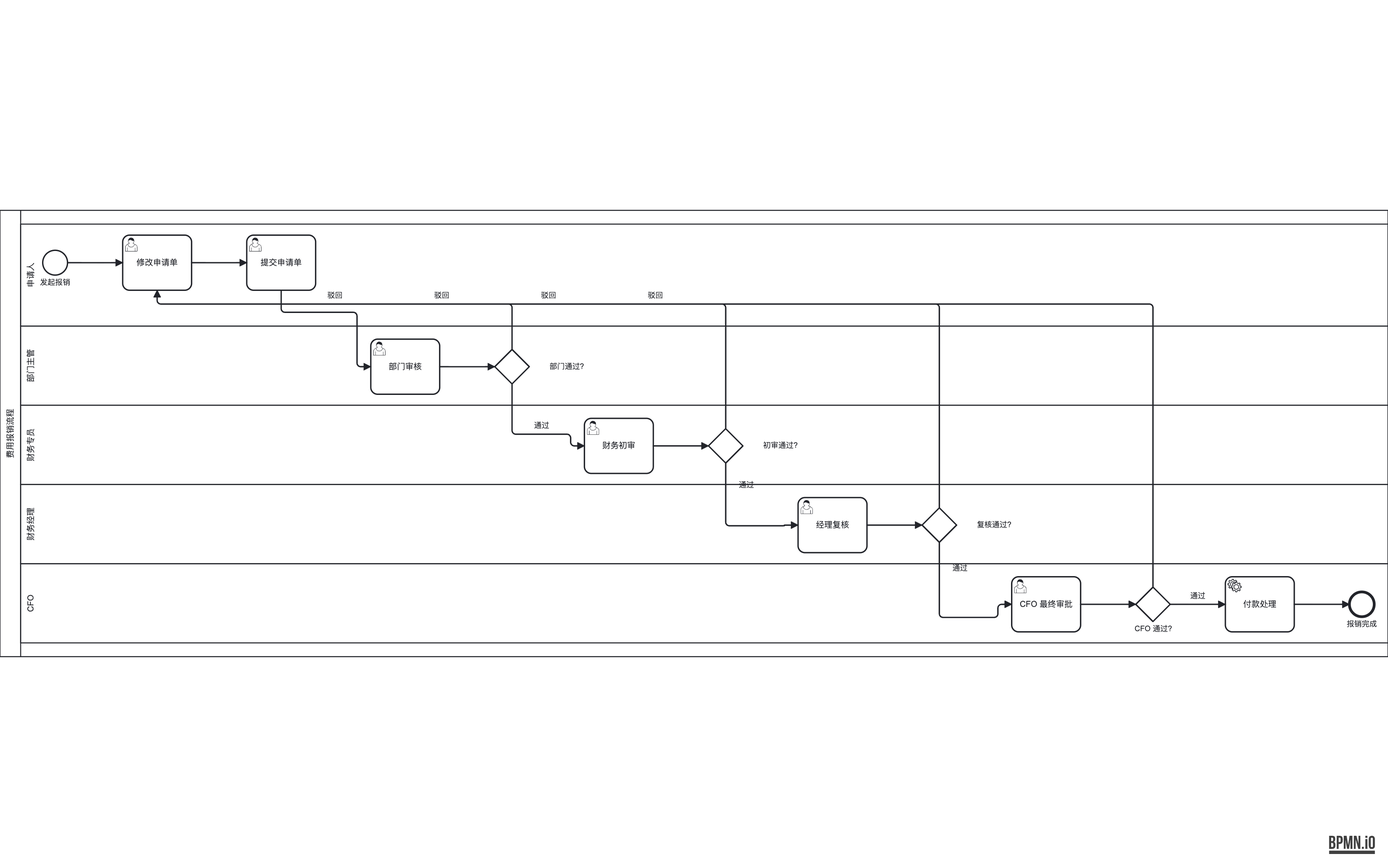
Before: out-bpmn-png/40-fanin-sink-near-lane.png, a diagram exported from BPMN (LcpMarvel/tramito-layout). Its source is kept beside it as out-xml/40-fanin-sink-near-lane.bpmn. Ids are renumbered.
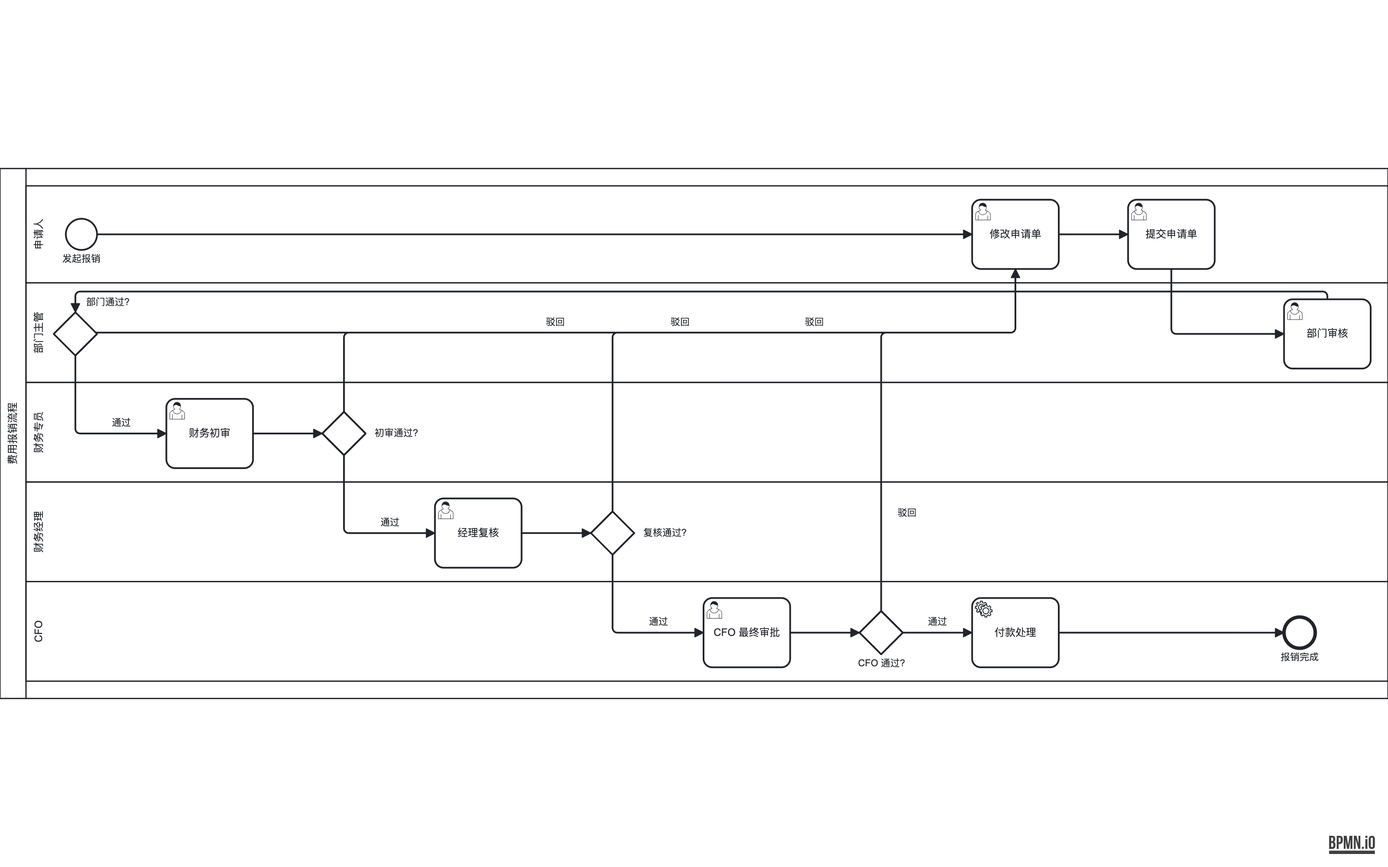
After the commit.

What changed in the source:
```diff
@@ -106,190 +106,183 @@
   <bpmndi:BPMNDiagram id="BPMNDiagram_definitions_fuzz_fan_in_common_sink_1" name="BPMNDiagram">
     <bpmndi:BPMNPlane id="BPMNPlane_definitions_fuzz_fan_in_common_sink_1" bpmnElement="collaboration_1">
       <bpmndi:BPMNShape id="collaboration_1_di" bpmnElement="collaboration_1">
-        <dc:Bounds x="0" y="0" width="2014" height="648" />
+        <dc:Bounds x="0" y="0" width="1602" height="612" />
       </bpmndi:BPMNShape>
       <bpmndi:BPMNShape id="pool_main_di" bpmnElement="pool_main" isHorizontal="true">
-        <dc:Bounds x="0" y="0" width="2014" height="648" />
+        <dc:Bounds x="0" y="0" width="1602" height="612" />
       </bpmndi:BPMNShape>
       <bpmndi:BPMNShape id="lane_applicant_di" bpmnElement="lane_applicant" isHorizontal="true">
-        <dc:Bounds x="30" y="20" width="1984" height="148" />
+        <dc:Bounds x="30" y="20" width="1572" height="112" />
       </bpmndi:BPMNShape>
       <bpmndi:BPMNShape id="start_1_di" bpmnElement="start_1">
-        <dc:Bounds x="62" y="58" width="36" height="36" />
+        <dc:Bounds x="76" y="58" width="36" height="36" />
         <bpmndi:BPMNLabel>
-          <dc:Bounds x="30" y="98" width="100" height="14" />
+          <dc:Bounds x="44" y="98" width="100" height="14" />
         </bpmndi:BPMNLabel>
       </bpmndi:BPMNShape>
       <bpmndi:BPMNShape id="task_revise_di" bpmnElement="task_revise">
-        <dc:Bounds x="178" y="36" width="100" height="80" />
+        <dc:Bounds x="1122" y="36" width="100" height="80" />
       </bpmndi:BPMNShape>
       <bpmndi:BPMNShape id="task_submit_di" bpmnElement="task_submit">
-        <dc:Bounds x="358" y="36" width="100" height="80" />
+        <dc:Bounds x="1302" y="36" width="100" height="80" />
       </bpmndi:BPMNShape>
       <bpmndi:BPMNShape id="lane_dept_di" bpmnElement="lane_dept" isHorizontal="true">
-        <dc:Bounds x="30" y="168" width="1984" height="115" />
+        <dc:Bounds x="30" y="132" width="1572" height="115" />
       </bpmndi:BPMNShape>
       <bpmndi:BPMNShape id="task_dept_review_di" bpmnElement="task_dept_review">
-        <dc:Bounds x="538" y="187" width="100" height="80" />
+        <dc:Bounds x="1482" y="151" width="100" height="80" />
       </bpmndi:BPMNShape>
       <bpmndi:BPMNShape id="gw_dept_di" bpmnElement="gw_dept">
-        <dc:Bounds x="718" y="202" width="50" height="50" />
+        <dc:Bounds x="62" y="166" width="50" height="50" />
         <bpmndi:BPMNLabel>
-          <dc:Bounds x="772" y="220" width="100" height="14" />
+          <dc:Bounds x="93" y="148" width="63" height="14" />
         </bpmndi:BPMNLabel>
       </bpmndi:BPMNShape>
       <bpmndi:BPMNShape id="lane_finance_di" bpmnElement="lane_finance" isHorizontal="true">
-        <dc:Bounds x="30" y="283" width="1984" height="115" />
+        <dc:Bounds x="30" y="247" width="1572" height="115" />
       </bpmndi:BPMNShape>
       <bpmndi:BPMNShape id="task_fin_check_di" bpmnElement="task_fin_check">
-        <dc:Bounds x="848" y="302" width="100" height="80" />
+        <dc:Bounds x="192" y="266" width="100" height="80" />
       </bpmndi:BPMNShape>
       <bpmndi:BPMNShape id="gw_fin_di" bpmnElement="gw_fin">
-        <dc:Bounds x="1028" y="317" width="50" height="50" />
+        <dc:Bounds x="372" y="281" width="50" height="50" />
         <bpmndi:BPMNLabel>
-          <dc:Bounds x="1082" y="335" width="100" height="14" />
+          <dc:Bounds x="426" y="299" width="63" height="14" />
         </bpmndi:BPMNLabel>
       </bpmndi:BPMNShape>
       <bpmndi:BPMNShape id="lane_manager_di" bpmnElement="lane_manager" isHorizontal="true">
-        <dc:Bounds x="30" y="398" width="1984" height="115" />
+        <dc:Bounds x="30" y="362" width="1572" height="115" />
       </bpmndi:BPMNShape>
       <bpmndi:BPMNShape id="task_mgr_review_di" bpmnElement="task_mgr_review">
-        <dc:Bounds x="1158" y="417" width="100" height="80" />
+        <dc:Bounds x="502" y="381" width="100" height="80" />
       </bpmndi:BPMNShape>
       <bpmndi:BPMNShape id="gw_mgr_di" bpmnElement="gw_mgr">
-        <dc:Bounds x="1338" y="432" width="50" height="50" />
+        <dc:Bounds x="682" y="396" width="50" height="50" />
         <bpmndi:BPMNLabel>
-          <dc:Bounds x="1392" y="450" width="100" height="14" />
+          <dc:Bounds x="736" y="414" width="63" height="14" />
         </bpmndi:BPMNLabel>
       </bpmndi:BPMNShape>
       <bpmndi:BPMNShape id="lane_cfo_di" bpmnElement="lane_cfo" isHorizontal="true">
-        <dc:Bounds x="30" y="513" width="1984" height="115" />
+        <dc:Bounds x="30" y="477" width="1572" height="115" />
       </bpmndi:BPMNShape>
       <bpmndi:BPMNShape id="task_cfo_approve_di" bpmnElement="task_cfo_approve">
-        <dc:Bounds x="1468" y="532" width="100" height="80" />
+        <dc:Bounds x="812" y="496" width="100" height="80" />
       </bpmndi:BPMNShape>
       <bpmndi:BPMNShape id="gw_cfo_di" bpmnElement="gw_cfo">
-        <dc:Bounds x="1648" y="547" width="50" height="50" />
+        <dc:Bounds x="992" y="511" width="50" height="50" />
         <bpmndi:BPMNLabel>
-          <dc:Bounds x="1623" y="601" width="100" height="14" />
+          <dc:Bounds x="985.5" y="565" width="63" height="14" />
         </bpmndi:BPMNLabel>
       </bpmndi:BPMNShape>
       <bpmndi:BPMNShape id="task_pay_di" bpmnElement="task_pay">
-        <dc:Bounds x="1778" y="532" width="100" height="80" />
+        <dc:Bounds x="1122" y="496" width="100" height="80" />
       </bpmndi:BPMNShape>
       <bpmndi:BPMNShape id="end_1_di" bpmnElement="end_1">
-        <dc:Bounds x="1958" y="554" width="36" height="36" />
+        <dc:Bounds x="1482" y="518" width="36" height="36" />
         <bpmndi:BPMNLabel>
-          <dc:Bounds x="1926" y="594" width="100" height="14" />
+          <dc:Bounds x="1450" y="558" width="100" height="14" />
         </bpmndi:BPMNLabel>
       </bpmndi:BPMNShape>
       <bpmndi:BPMNEdge id="f_start_revise_di" bpmnElement="f_start_revise">
-        <di:waypoint x="98" y="76" />
-        <di:waypoint x="178" y="76" />
+        <di:waypoint x="112" y="76" />
+        <di:waypoint x="1122" y="76" />
       </bpmndi:BPMNEdge>
       <bpmndi:BPMNEdge id="f_revise_submit_di" bpmnElement="f_revise_submit">
-        <di:waypoint x="278" y="76" />
-        <di:waypoint x="358" y="76" />
+        <di:waypoint x="1222" y="76" />
+        <di:waypoint x="1302" y="76" />
       </bpmndi:BPMNEdge>
       <bpmndi:BPMNEdge id="f_submit_dept_di" bpmnElement="f_submit_dept">
-        <di:waypoint x="408" y="116" />
-        <di:waypoint x="408" y="148" />
-        <di:waypoint x="518" y="148" />
-        <di:waypoint x="518" y="227" />
-        <di:waypoint x="538" y="227" />
+        <di:waypoint x="1352" y="116" />
+        <di:waypoint x="1352" y="191" />
+        <di:waypoint x="1482" y="191" />
       </bpmndi:BPMNEdge>
       <bpmndi:BPMNEdge id="f_dept_gw_di" bpmnElement="f_dept_gw">
-        <di:waypoint x="638" y="227" />
-        <di:waypoint x="718" y="227" />
+        <di:waypoint x="1532" y="151" />
+        <di:waypoint x="1532" y="142" />
+        <di:waypoint x="87" y="142" />
+        <di:waypoint x="87" y="166" />
       </bpmndi:BPMNEdge>
       <bpmndi:BPMNEdge id="f_dept_pass_di" bpmnElement="f_dept_pass">
-        <di:waypoint x="743" y="252" />
-        <di:waypoint x="743" y="325" />
-        <di:waypoint x="828" y="325" />
-        <di:waypoint x="828" y="342" />
-        <di:waypoint x="848" y="342" />
+        <di:waypoint x="87" y="216" />
+        <di:waypoint x="87" y="306" />
+        <di:waypoint x="192" y="306" />
         <bpmndi:BPMNLabel>
-          <dc:Bounds x="760.5" y="306" width="50" height="14" />
+          <dc:Bounds x="114.5" y="287" width="50" height="14" />
         </bpmndi:BPMNLabel>
       </bpmndi:BPMNEdge>
       <bpmndi:BPMNEdge id="f_dept_reject_di" bpmnElement="f_dept_reject">
-        <di:waypoint x="743" y="202" />
-        <di:waypoint x="743" y="136" />
-        <di:waypoint x="228" y="136" />
-        <di:waypoint x="228" y="116" />
+        <di:waypoint x="110.5" y="189.5" />
+        <di:waypoint x="1172" y="189.5" />
+        <di:waypoint x="1172" y="116" />
         <bpmndi:BPMNLabel>
-          <dc:Bounds x="460.5" y="117" width="50" height="14" />
+          <dc:Bounds x="616.25" y="170.5" width="50" height="14" />
         </bpmndi:BPMNLabel>
       </bpmndi:BPMNEdge>
       <bpmndi:BPMNEdge id="f_fin_gw_di" bpmnElement="f_fin_gw">
-        <di:waypoint x="948" y="342" />
-        <di:waypoint x="1028" y="342" />
+        <di:waypoint x="292" y="306" />
+        <di:waypoint x="372" y="306" />
       </bpmndi:BPMNEdge>
       <bpmndi:BPMNEdge id="f_fin_pass_di" bpmnElement="f_fin_pass">
-        <di:waypoint x="1053" y="367" />
-        <di:waypoint x="1053" y="458" />
-        <di:waypoint x="1138" y="458" />
-        <di:waypoint x="1138" y="457" />
-        <di:waypoint x="1158" y="457" />
+        <di:waypoint x="397" y="331" />
+        <di:waypoint x="397" y="421" />
+        <di:waypoint x="502" y="421" />
         <bpmndi:BPMNLabel>
-          <dc:Bounds x="1058" y="391.85" width="50" height="14" />
+          <dc:Bounds x="424.5" y="402" width="50" height="14" />
         </bpmndi:BPMNLabel>
       </bpmndi:BPMNEdge>
       <bpmndi:BPMNEdge id="f_fin_reject_di" bpmnElement="f_fin_reject">
-        <di:waypoint x="1053" y="317" />
-        <di:waypoint x="1053" y="136" />
-        <di:waypoint x="228" y="136" />
-        <di:waypoint x="228" y="116" />
+        <di:waypoint x="397" y="281" />
+        <di:waypoint x="397" y="189.5" />
+        <di:waypoint x="1172" y="189.5" />
+        <di:waypoint x="1172" y="116" />
         <bpmndi:BPMNLabel>
-          <dc:Bounds x="615.5" y="117" width="50" height="14" />
+          <dc:Bounds x="759.5" y="170.5" width="50" height="14" />
         </bpmndi:BPMNLabel>
       </bpmndi:BPMNEdge>
       <bpmndi:BPMNEdge id="f_mgr_gw_di" bpmnElement="f_mgr_gw">
-        <di:waypoint x="1258" y="457" />
-        <di:waypoint x="1338" y="457" />
+        <di:waypoint x="602" y="421" />
+        <di:waypoint x="682" y="421" />
       </bpmndi:BPMNEdge>
       <bpmndi:BPMNEdge id="f_mgr_pass_di" bpmnElement="f_mgr_pass">
-        <di:waypoint x="1363" y="482" />
-        <di:waypoint x="1363" y="591" />
-        <di:waypoint x="1448" y="591" />
-        <di:waypoint x="1448" y="572" />
-        <di:waypoint x="1468" y="572" />
+        <di:waypoint x="707" y="446" />
+        <di:waypoint x="707" y="536" />
+        <di:waypoint x="812" y="536" />
         <bpmndi:BPMNLabel>
-          <dc:Bounds x="1368" y="513.15" width="50" height="14" />
+          <dc:Bounds x="734.5" y="517" width="50" height="14" />
         </bpmndi:BPMNLabel>
       </bpmndi:BPMNEdge>
       <bpmndi:BPMNEdge id="f_mgr_reject_di" bpmnElement="f_mgr_reject">
-        <di:waypoint x="1363" y="432" />
-        <di:waypoint x="1363" y="136" />
-        <di:waypoint x="228" y="136" />
-        <di:waypoint x="228" y="116" />
+        <di:waypoint x="707" y="396" />
+        <di:waypoint x="707" y="189.5" />
+        <di:waypoint x="1172" y="189.5" />
+        <di:waypoint x="1172" y="116" />
         <bpmndi:BPMNLabel>
-          <dc:Bounds x="770.5" y="117" width="50" height="14" />
+          <dc:Bounds x="914.5" y="170.5" width="50" height="14" />
         </bpmndi:BPMNLabel>
       </bpmndi:BPMNEdge>
       <bpmndi:BPMNEdge id="f_cfo_gw_di" bpmnElement="f_cfo_gw">
-        <di:waypoint x="1568" y="572" />
-        <di:waypoint x="1648" y="572" />
+        <di:waypoint x="912" y="536" />
+        <di:waypoint x="992" y="536" />
       </bpmndi:BPMNEdge>
       <bpmndi:BPMNEdge id="f_cfo_pass_di" bpmnElement="f_cfo_pass">
-        <di:waypoint x="1698" y="572" />
-        <di:waypoint x="1778" y="572" />
+        <di:waypoint x="1042" y="536" />
+        <di:waypoint x="1122" y="536" />
         <bpmndi:BPMNLabel>
-          <dc:Bounds x="1713" y="553" width="50" height="14" />
+          <dc:Bounds x="1057" y="517" width="50" height="14" />
         </bpmndi:BPMNLabel>
       </bpmndi:BPMNEdge>
       <bpmndi:BPMNEdge id="f_cfo_reject_di" bpmnElement="f_cfo_reject">
-        <di:waypoint x="1673" y="547" />
-        <di:waypoint x="1673" y="136" />
-        <di:waypoint x="228" y="136" />
-        <di:waypoint x="228" y="116" />
+        <di:waypoint x="1017" y="511" />
+        <di:waypoint x="1017" y="189.5" />
+        <di:waypoint x="1172" y="189.5" />
+        <di:waypoint x="1172" y="116" />
         <bpmndi:BPMNLabel>
-          <dc:Bounds x="925.5" y="117" width="50" height="14" />
+          <dc:Bounds x="1022" y="391.475" width="50" height="14" />
         </bpmndi:BPMNLabel>
       </bpmndi:BPMNEdge>
       <bpmndi:BPMNEdge id="f_pay_end_di" bpmnElement="f_pay_end">
-        <di:waypoint x="1878" y="572" />
-        <di:waypoint x="1958" y="572" />
+        <di:waypoint x="1222" y="536" />
+        <di:waypoint x="1482" y="536" />
       </bpmndi:BPMNEdge>
     </bpmndi:BPMNPlane>
   </bpmndi:BPMNDiagram>
```
